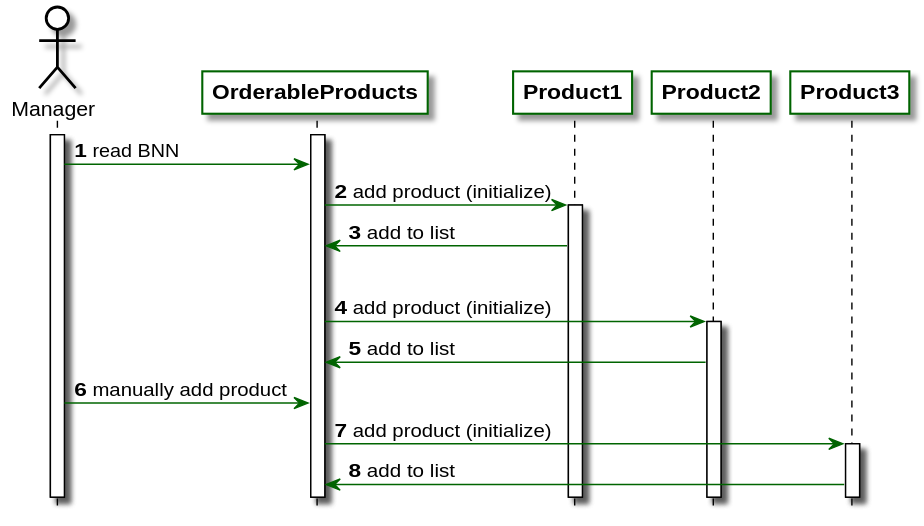
The PlantUML diagram src/main/asciidoc/models/analysis/SequenceDiagrams/SequenceDiagram4.svg in LimitlessGreen/swt18w43, before a commit.
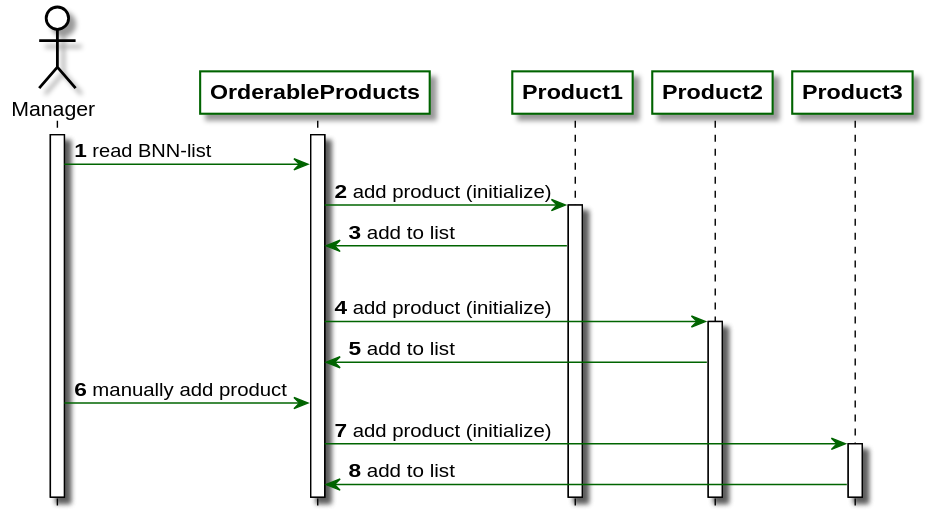
The same diagram one commit later.

Change to the diagram source:
```diff
@@ -30,7 +30,7 @@
 activate OrderableProducts
 activate Manager
 
-Manager -> OrderableProducts: read BNN
+Manager -> OrderableProducts: read BNN-list
 OrderableProducts -> Product1: add product (initialize)
 activate Product1
 Product1 -> OrderableProducts: add to list
```
